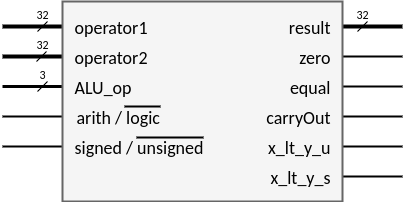
The draw.io diagram static/images/300/ALU_entity.png in KULeuven-Diepenbeek/course_disch, before a commit. Source tidied: cells renumbered, new cells last; positions are measured from the earlier drawing's top-left corner, leaving out a move shared by most shapes.
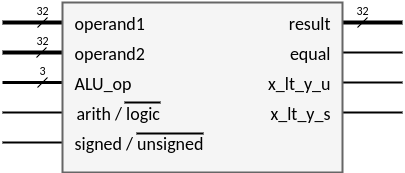
Later version of the same file.

Change to the diagram source:
```diff
@@ -68,43 +68,31 @@
         <mxPoint x="355" y="30" as="targetPoint" />
       </mxGeometry>
     </mxCell>
-    <mxCell id="15" style="endArrow=none;html=1;rounded=0;strokeWidth=2;" parent="1" edge="1">
-      <mxGeometry relative="1" as="geometry">
-        <mxPoint x="220" y="115" as="sourcePoint" />
-        <mxPoint x="400" y="115" as="targetPoint" />
-      </mxGeometry>
-    </mxCell>
     <mxCell id="16" style="endArrow=none;html=1;rounded=0;strokeWidth=2;" parent="1" edge="1">
       <mxGeometry relative="1" as="geometry">
-        <mxPoint x="220" y="145" as="sourcePoint" />
-        <mxPoint x="400" y="145" as="targetPoint" />
+        <mxPoint x="220" y="85" as="sourcePoint" />
+        <mxPoint x="400" y="85" as="targetPoint" />
       </mxGeometry>
     </mxCell>
     <mxCell id="17" style="endArrow=none;html=1;rounded=0;strokeWidth=2;" parent="1" edge="1">
       <mxGeometry relative="1" as="geometry">
-        <mxPoint x="220" y="175" as="sourcePoint" />
-        <mxPoint x="400" y="175" as="targetPoint" />
+        <mxPoint x="220" y="115" as="sourcePoint" />
+        <mxPoint x="400" y="115" as="targetPoint" />
       </mxGeometry>
     </mxCell>
-    <mxCell id="18" style="endArrow=none;html=1;rounded=0;strokeWidth=2;" parent="1" edge="1">
-      <mxGeometry relative="1" as="geometry">
-        <mxPoint x="220" y="55" as="sourcePoint" />
-        <mxPoint x="400" y="55" as="targetPoint" />
-      </mxGeometry>
-    </mxCell>
     <mxCell id="19" style="endArrow=none;html=1;rounded=0;strokeWidth=2;" parent="1" edge="1">
       <mxGeometry relative="1" as="geometry">
-        <mxPoint x="220" y="85" as="sourcePoint" />
-        <mxPoint x="400" y="85" as="targetPoint" />
+        <mxPoint x="220" y="55" as="sourcePoint" />
+        <mxPoint x="400" y="55" as="targetPoint" />
       </mxGeometry>
     </mxCell>
     <mxCell id="20" style="rounded=0;whiteSpace=wrap;html=1;fillColor=#f5f5f5;fontColor=#333333;strokeColor=#666666;strokeWidth=2;" parent="1" vertex="1">
-      <mxGeometry x="60" width="280" height="200" as="geometry" />
+      <mxGeometry x="60" y="5" width="280" height="170" as="geometry" />
     </mxCell>
-    <mxCell id="21" value="&lt;font face=&quot;calibri&quot; style=&quot;font-size: 18px;&quot;&gt;operator1&lt;/font&gt;" style="text;html=1;align=left;verticalAlign=middle;whiteSpace=wrap;rounded=0;" parent="1" vertex="1">
+    <mxCell id="21" value="&lt;font face=&quot;calibri&quot; style=&quot;font-size: 18px;&quot;&gt;operand1&lt;/font&gt;" style="text;html=1;align=left;verticalAlign=middle;whiteSpace=wrap;rounded=0;" parent="1" vertex="1">
       <mxGeometry x="70" y="10" width="130" height="30" as="geometry" />
     </mxCell>
-    <mxCell id="22" value="&lt;font face=&quot;calibri&quot; style=&quot;font-size: 18px;&quot;&gt;operator2&lt;/font&gt;" style="text;html=1;align=left;verticalAlign=middle;whiteSpace=wrap;rounded=0;" parent="1" vertex="1">
+    <mxCell id="22" value="&lt;font face=&quot;calibri&quot; style=&quot;font-size: 18px;&quot;&gt;operand2&lt;/font&gt;" style="text;html=1;align=left;verticalAlign=middle;whiteSpace=wrap;rounded=0;" parent="1" vertex="1">
       <mxGeometry x="70" y="40" width="160" height="30" as="geometry" />
     </mxCell>
     <mxCell id="23" value="&lt;font face=&quot;calibri&quot; style=&quot;font-size: 18px;&quot;&gt;ALU_op&lt;/font&gt;" style="text;html=1;align=left;verticalAlign=middle;whiteSpace=wrap;rounded=0;" parent="1" vertex="1">
@@ -131,20 +119,14 @@
     <mxCell id="28" value="&lt;font face=&quot;calibri&quot; style=&quot;font-size: 18px;&quot;&gt;result&lt;/font&gt;" style="text;html=1;align=right;verticalAlign=middle;whiteSpace=wrap;rounded=0;" parent="1" vertex="1">
       <mxGeometry x="260" y="10" width="70" height="30" as="geometry" />
     </mxCell>
-    <mxCell id="29" value="&lt;font face=&quot;calibri&quot; style=&quot;font-size: 18px;&quot;&gt;zero&lt;/font&gt;" style="text;html=1;align=right;verticalAlign=middle;whiteSpace=wrap;rounded=0;" parent="1" vertex="1">
-      <mxGeometry x="260" y="40" width="70" height="30" as="geometry" />
-    </mxCell>
     <mxCell id="30" value="&lt;font face=&quot;calibri&quot; style=&quot;font-size: 18px;&quot;&gt;equal&lt;/font&gt;" style="text;html=1;align=right;verticalAlign=middle;whiteSpace=wrap;rounded=0;" parent="1" vertex="1">
-      <mxGeometry x="260" y="70" width="70" height="30" as="geometry" />
+      <mxGeometry x="260" y="40" width="70" height="30" as="geometry" />
     </mxCell>
-    <mxCell id="31" value="&lt;font face=&quot;calibri&quot; style=&quot;font-size: 18px;&quot;&gt;carryOut&lt;/font&gt;" style="text;html=1;align=right;verticalAlign=middle;whiteSpace=wrap;rounded=0;" parent="1" vertex="1">
-      <mxGeometry x="260" y="100" width="70" height="30" as="geometry" />
-    </mxCell>
     <mxCell id="32" value="&lt;font face=&quot;calibri&quot; style=&quot;font-size: 18px;&quot;&gt;x_lt_y_u&lt;/font&gt;" style="text;html=1;align=right;verticalAlign=middle;whiteSpace=wrap;rounded=0;" parent="1" vertex="1">
-      <mxGeometry x="260" y="130" width="70" height="30" as="geometry" />
+      <mxGeometry x="260" y="70" width="70" height="30" as="geometry" />
     </mxCell>
     <mxCell id="33" value="&lt;font face=&quot;calibri&quot; style=&quot;font-size: 18px;&quot;&gt;x_lt_y_s&lt;/font&gt;" style="text;html=1;align=right;verticalAlign=middle;whiteSpace=wrap;rounded=0;" parent="1" vertex="1">
-      <mxGeometry x="260" y="160" width="70" height="30" as="geometry" />
+      <mxGeometry x="260" y="100" width="70" height="30" as="geometry" />
     </mxCell>
   </root>
 </mxGraphModel>
```
